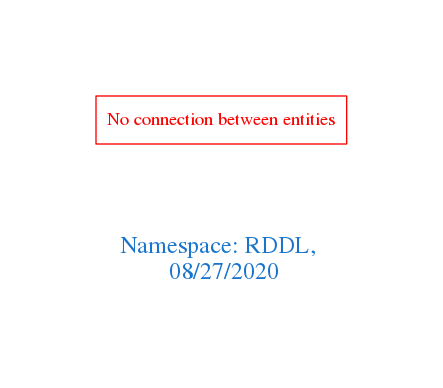
The Graphviz diagram downloads/RDDL.png in arago/OGIT, before a commit. Its source is kept beside it as downloads/RDDL.dot.
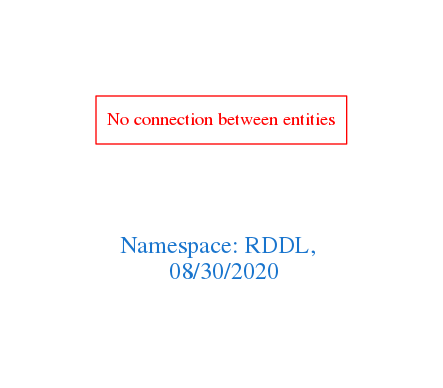
The same file after the commit.

Change to the diagram source:
```diff
@@ -1,7 +1,7 @@
 digraph OGIT_ontology {
  graph [ rankdir= LR,pad=1
 fontsize = 18,
-fontcolor= dodgerblue3,label = "\n\n\nNamespace: RDDL, \n 08/27/2020"];
+fontcolor= dodgerblue3,label = "\n\n\nNamespace: RDDL, \n 08/30/2020"];
 node[shape=polygon];
 edge [  color="gray81"];
 
```
